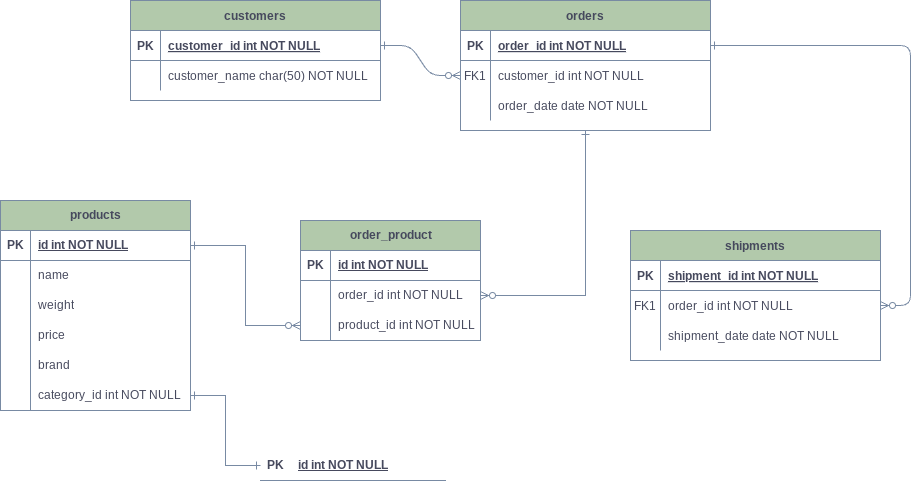
Above: eshop.drawio.png in RiSOOO/PROJECT_CARRY_LESS (draw.io), before the change. Source tidied: cells renumbered, new cells last; positions are measured from the earlier drawing's top-left corner, leaving out a move shared by most shapes.
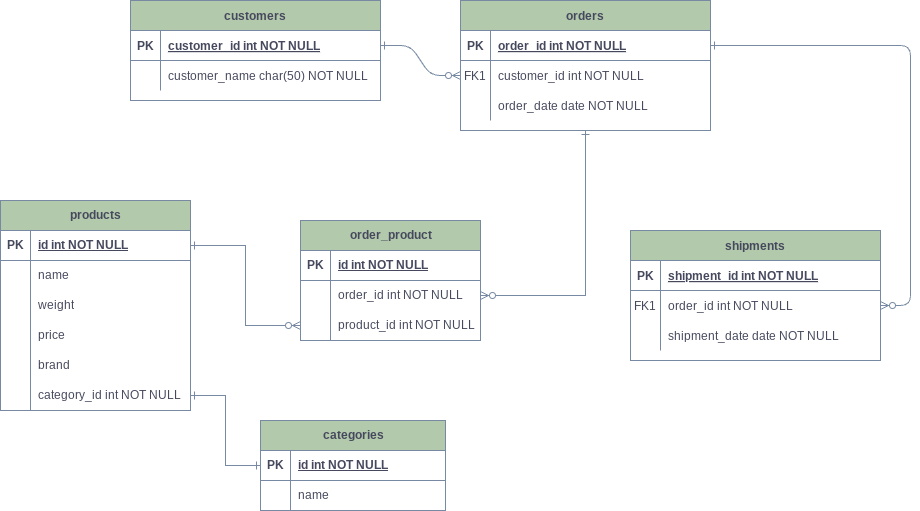
After the commit.

Change to the diagram source:
```diff
@@ -182,17 +182,29 @@
     <mxCell id="61" style="edgeStyle=orthogonalEdgeStyle;rounded=0;jettySize=auto;html=1;exitX=1;exitY=0.5;exitDx=0;exitDy=0;entryX=0;entryY=0.5;entryDx=0;entryDy=0;endArrow=ERzeroToMany;endFill=0;startArrow=ERone;startFill=0;labelBackgroundColor=none;strokeColor=#788AA3;fontColor=default;" parent="1" edge="1" source="33" target="58">
       <mxGeometry relative="1" as="geometry" />
     </mxCell>
-    <mxCell id="62" style="shape=tableRow;horizontal=0;startSize=0;swimlaneHead=0;swimlaneBody=0;fillColor=none;points=[[0,0.5],[1,0.5]];portConstraint=eastwest;top=0;left=0;right=0;bottom=1;labelBackgroundColor=none;strokeColor=#788AA3;fontColor=#46495D;" parent="1" vertex="1">
-      <mxGeometry x="260" y="450" width="185" height="30" as="geometry" />
+    <mxCell id="62" value="categories" style="shape=table;startSize=30;rowLines=0;fontStyle=1;align=center;html=1;labelBackgroundColor=none;fillColor=#B2C9AB;strokeColor=#788AA3;fontColor=#46495D;" parent="1" vertex="1">
+      <mxGeometry x="260" y="420" width="185" height="90" as="geometry" />
     </mxCell>
-    <mxCell id="63" value="PK" style="shape=partialRectangle;fillColor=none;top=0;left=0;bottom=0;right=0;fontStyle=1;overflow=hidden;whiteSpace=wrap;html=1;labelBackgroundColor=none;strokeColor=#788AA3;fontColor=#46495D;" parent="62" vertex="1">
-      <mxGeometry width="30" height="30" as="geometry" />
+    <mxCell id="63" style="shape=tableRow;horizontal=0;startSize=0;swimlaneHead=0;swimlaneBody=0;fillColor=none;points=[[0,0.5],[1,0.5]];portConstraint=eastwest;top=0;left=0;right=0;bottom=1;labelBackgroundColor=none;strokeColor=#788AA3;fontColor=#46495D;" parent="62" vertex="1">
+      <mxGeometry y="30" width="185" height="30" as="geometry" />
     </mxCell>
-    <mxCell id="64" value="id int NOT NULL" style="shape=partialRectangle;fillColor=none;top=0;left=0;bottom=0;right=0;align=left;spacingLeft=6;fontStyle=5;overflow=hidden;whiteSpace=wrap;html=1;labelBackgroundColor=none;strokeColor=#788AA3;fontColor=#46495D;" parent="62" vertex="1">
-      <mxGeometry x="30" width="155" height="30" as="geometry" />
+    <mxCell id="64" value="PK" style="shape=partialRectangle;fillColor=none;top=0;left=0;bottom=0;right=0;fontStyle=1;overflow=hidden;whiteSpace=wrap;html=1;labelBackgroundColor=none;strokeColor=#788AA3;fontColor=#46495D;" parent="63" vertex="1">
+      <mxGeometry width="30" height="30" as="geometry" />
     </mxCell>
-    <mxCell id="65" style="edgeStyle=orthogonalEdgeStyle;rounded=0;jettySize=auto;html=1;exitX=1;exitY=0.5;exitDx=0;exitDy=0;entryX=0;entryY=0.5;entryDx=0;entryDy=0;strokeColor=#788AA3;fontColor=#46495D;fillColor=#B2C9AB;endArrow=ERone;endFill=0;startArrow=ERone;startFill=0;" parent="1" edge="1" source="48" target="62">
-      <mxGeometry relative="1" as="geometry" />
+    <mxCell id="65" value="id int NOT NULL" style="shape=partialRectangle;fillColor=none;top=0;left=0;bottom=0;right=0;align=left;spacingLeft=6;fontStyle=5;overflow=hidden;whiteSpace=wrap;html=1;labelBackgroundColor=none;strokeColor=#788AA3;fontColor=#46495D;" parent="63" vertex="1">
+      <mxGeometry x="30" width="155" height="30" as="geometry" />
     </mxCell>
+    <mxCell id="66" style="shape=tableRow;horizontal=0;startSize=0;swimlaneHead=0;swimlaneBody=0;fillColor=none;top=0;left=0;right=0;bottom=0;labelBackgroundColor=none;strokeColor=#788AA3;fontColor=#46495D;" parent="62" vertex="1">
+      <mxGeometry y="60" width="185" height="30" as="geometry" />
+    </mxCell>
+    <mxCell id="67" style="shape=partialRectangle;fillColor=none;top=0;left=0;bottom=0;right=0;overflow=hidden;whiteSpace=wrap;html=1;labelBackgroundColor=none;strokeColor=#788AA3;fontColor=#46495D;" parent="66" vertex="1">
+      <mxGeometry width="30" height="30" as="geometry" />
+    </mxCell>
+    <mxCell id="68" value="name" style="shape=partialRectangle;fillColor=none;top=0;left=0;bottom=0;right=0;align=left;spacingLeft=6;overflow=hidden;whiteSpace=wrap;html=1;labelBackgroundColor=none;strokeColor=#788AA3;fontColor=#46495D;" parent="66" vertex="1">
+      <mxGeometry x="30" width="155" height="30" as="geometry" />
+    </mxCell>
+    <mxCell id="69" style="edgeStyle=orthogonalEdgeStyle;rounded=0;jettySize=auto;html=1;exitX=1;exitY=0.5;exitDx=0;exitDy=0;entryX=0;entryY=0.5;entryDx=0;entryDy=0;strokeColor=#788AA3;fontColor=#46495D;fillColor=#B2C9AB;endArrow=ERone;endFill=0;startArrow=ERone;startFill=0;" parent="1" edge="1" source="48" target="63">
+      <mxGeometry relative="1" as="geometry" />
+    </mxCell>
   </root>
 </mxGraphModel>
```
